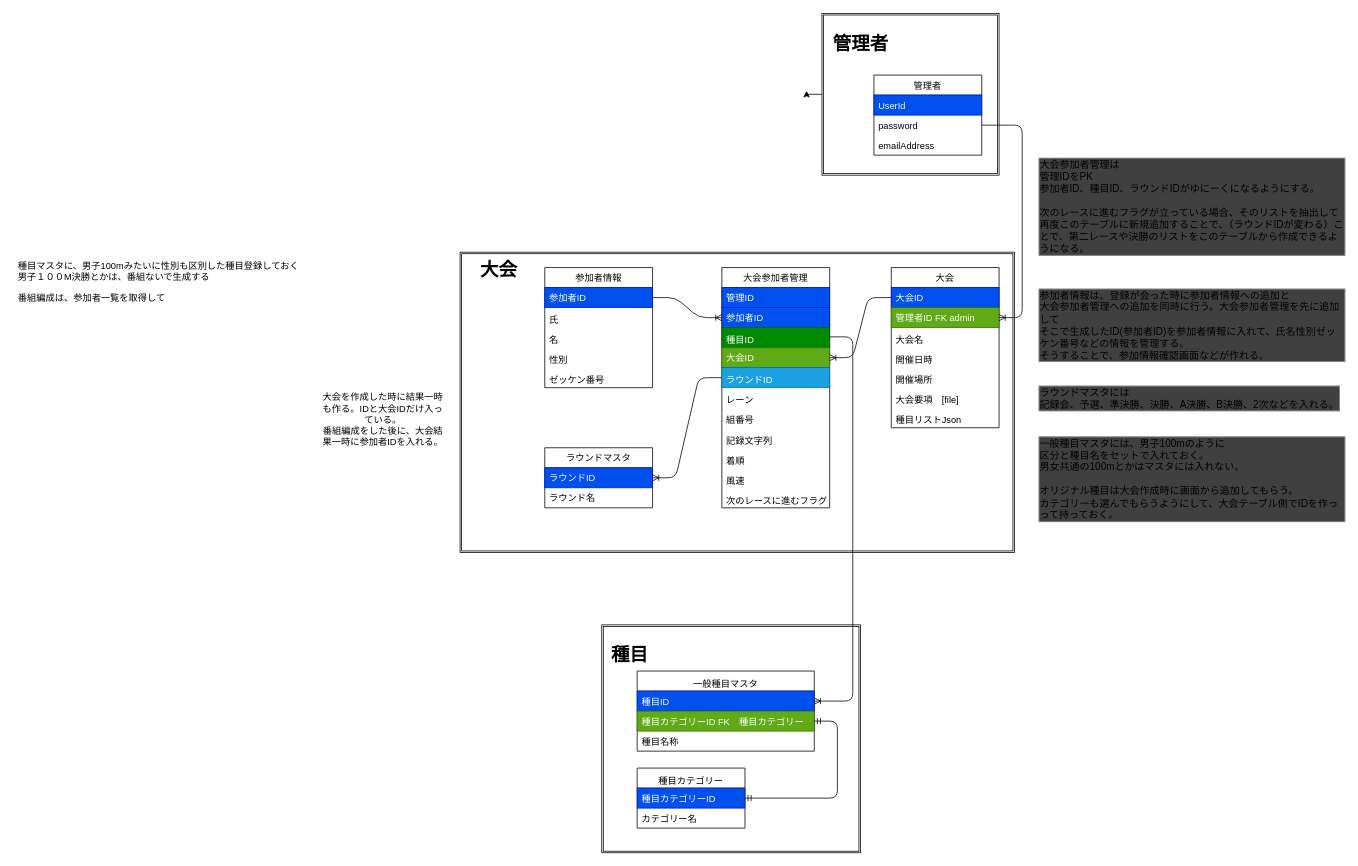
keganokami/kekuriku keeps this draw.io diagram as doc/dataModel.drawio. Above is the earlier version. Source tidied: cells renumbered, new cells numbered last; positions are measured from the earlier drawing's top-left corner, leaving out a move shared by most shapes. Both pictures are drawn from the tidied source at 77%, with x=0, y=0 at pixel (13, 13).
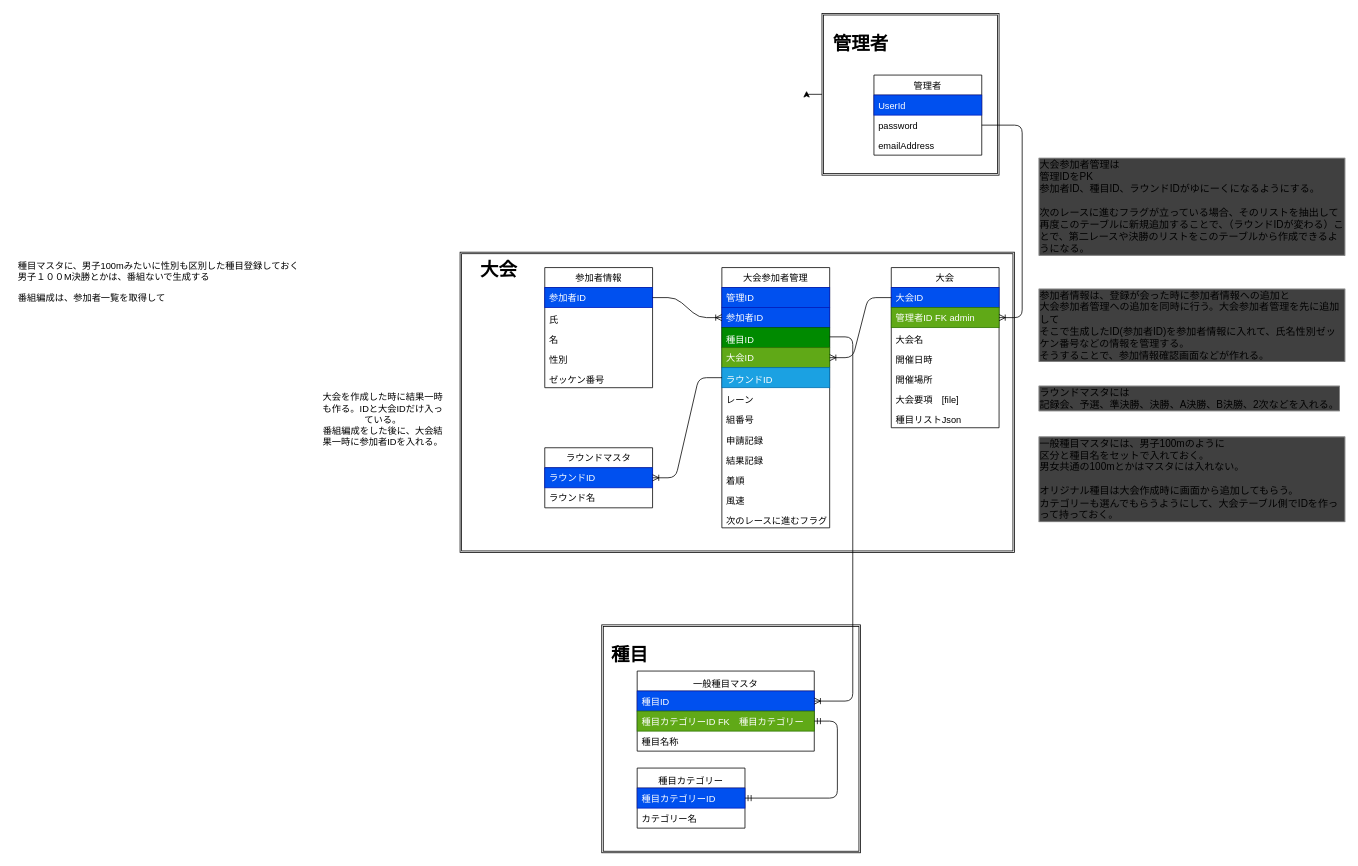
The same page after the edit.

The edit, as a diff of the source:
```diff
@@
     <mxCell id="33" value="大会参加者管理" style="swimlane;fontStyle=0;horizontal=1;startSize=26;fillColor=none;" parent="1" vertex="1">
-      <mxGeometry x="920" y="330" width="140" height="312" as="geometry" />
+      <mxGeometry x="920" y="330" width="140" height="338" as="geometry" />
     </mxCell>
@@
+    <mxCell id="61" value="申請記録" style="text;strokeColor=none;fillColor=none;align=left;verticalAlign=bottom;spacingLeft=4;spacingRight=4;overflow=hidden;" parent="33" vertex="1">
+      <mxGeometry y="208" width="140" height="26" as="geometry" />
+    </mxCell>
-    <mxCell id="41" value="記録文字列" style="text;strokeColor=none;fillColor=none;align=left;verticalAlign=bottom;spacingLeft=4;spacingRight=4;overflow=hidden;" parent="33" vertex="1">
-      <mxGeometry y="208" width="140" height="26" as="geometry" />
+    <mxCell id="41" value="結果記録" style="text;strokeColor=none;fillColor=none;align=left;verticalAlign=bottom;spacingLeft=4;spacingRight=4;overflow=hidden;" parent="33" vertex="1">
+      <mxGeometry y="234" width="140" height="26" as="geometry" />
     </mxCell>
     <mxCell id="42" value="着順" style="text;strokeColor=none;fillColor=none;align=left;verticalAlign=bottom;spacingLeft=4;spacingRight=4;overflow=hidden;" parent="33" vertex="1">
-      <mxGeometry y="234" width="140" height="26" as="geometry" />
+      <mxGeometry y="260" width="140" height="26" as="geometry" />
     </mxCell>
     <mxCell id="43" value="風速" style="text;strokeColor=none;fillColor=none;align=left;verticalAlign=bottom;spacingLeft=4;spacingRight=4;overflow=hidden;" parent="33" vertex="1">
-      <mxGeometry y="260" width="140" height="26" as="geometry" />
+      <mxGeometry y="286" width="140" height="26" as="geometry" />
     </mxCell>
     <mxCell id="44" value="次のレースに進むフラグ" style="text;strokeColor=none;fillColor=none;align=left;verticalAlign=bottom;spacingLeft=4;spacingRight=4;overflow=hidden;" parent="33" vertex="1">
-      <mxGeometry y="286" width="140" height="26" as="geometry" />
+      <mxGeometry y="312" width="140" height="26" as="geometry" />
     </mxCell>
```
